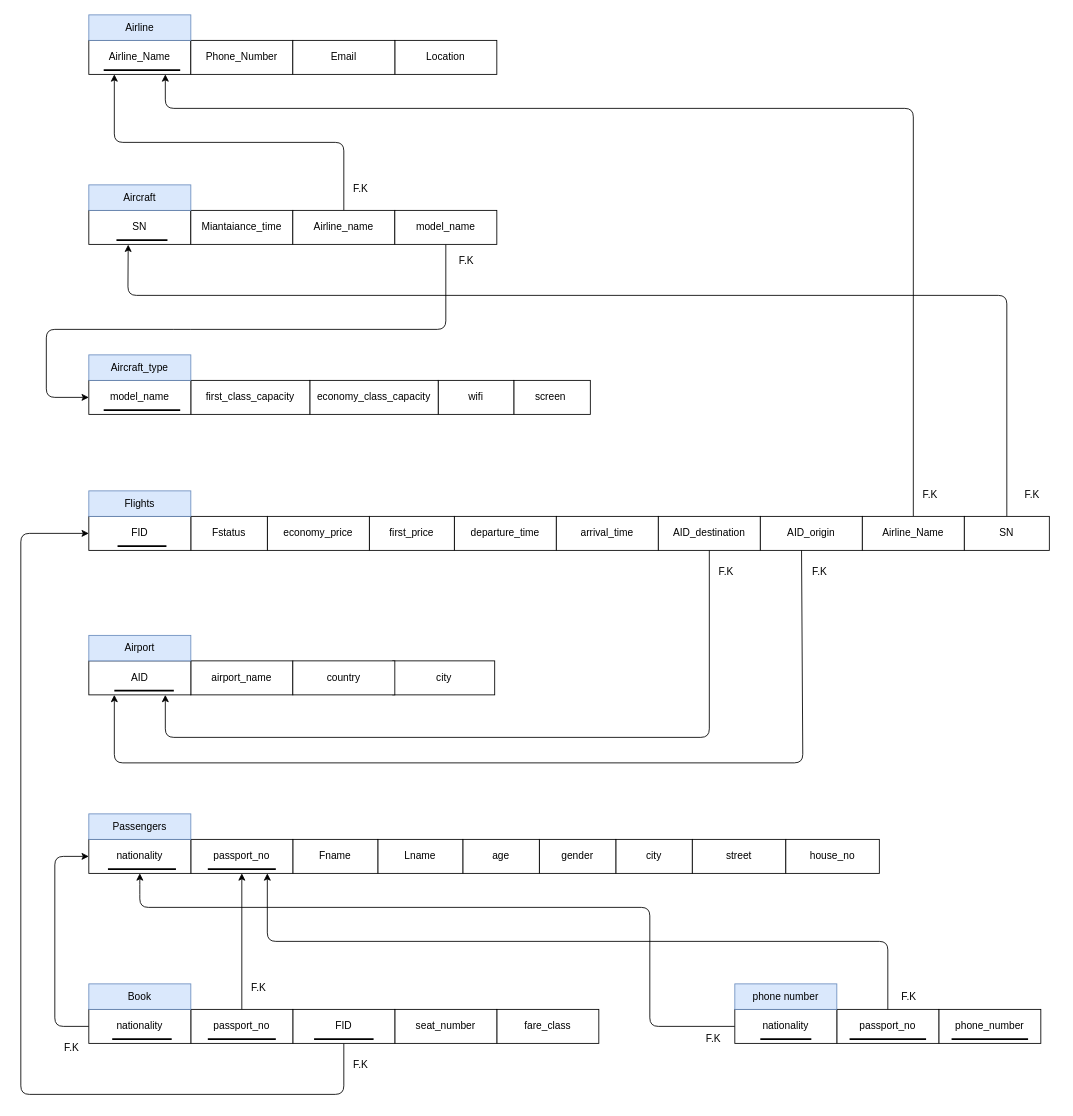
The draw.io diagram page "Relational-shcema" (2 of 10) of Airport-DBMS.drawio in AbdullahKhkmba/Airport-DBMS, before the edit. Source tidied: cells renumbered, new cells numbered last; positions are measured from the earlier drawing's top-left corner, leaving out a move shared by most shapes. Both pictures are drawn from the tidied source at 85%, with x=0, y=0 at pixel (20, 14).
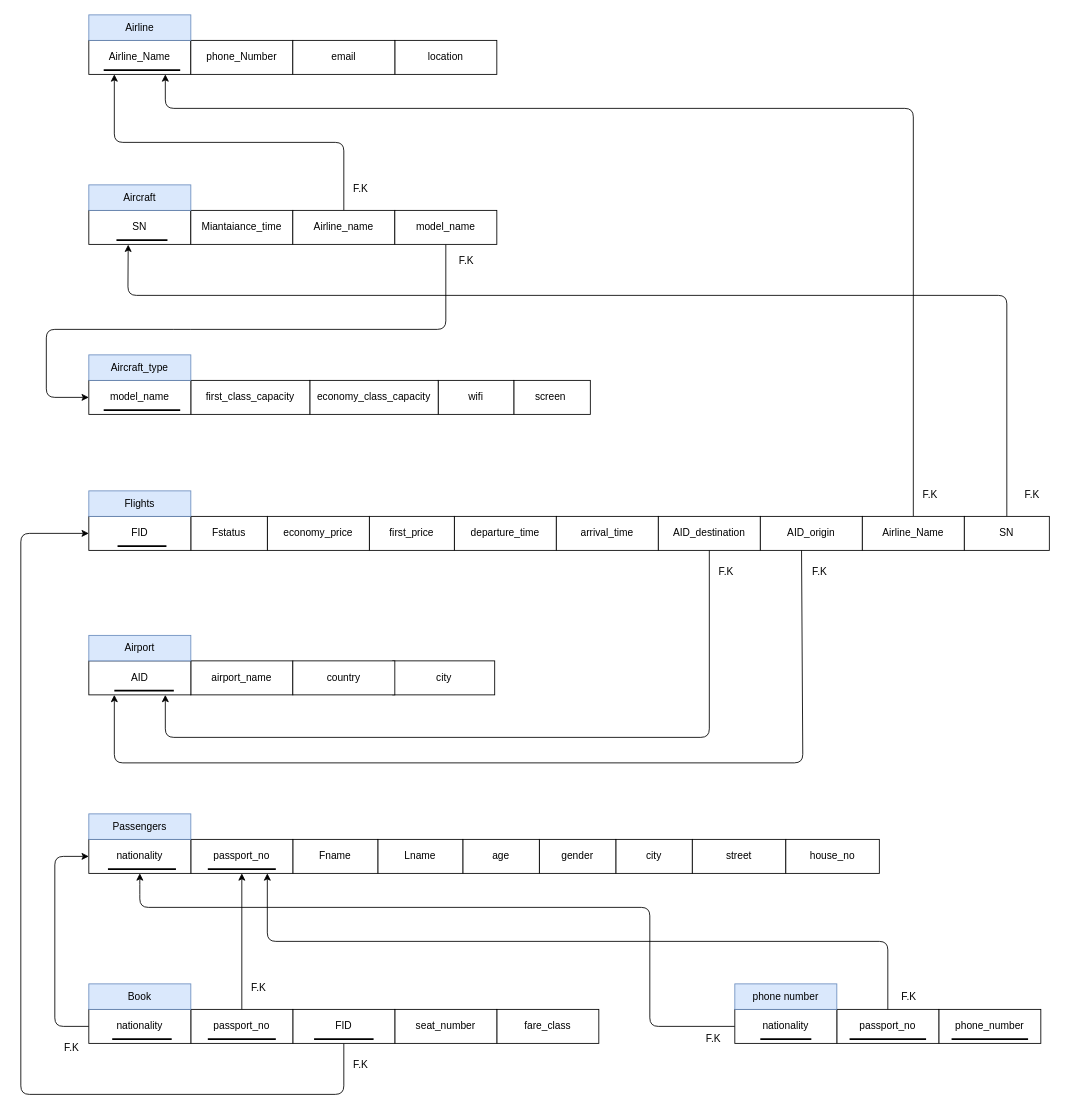
The same page after the edit.

Diff of the diagram source:
```diff
@@
-    <mxCell id="3" value="Phone_Number" style="rounded=0;whiteSpace=wrap;html=1;" parent="1" vertex="1">
+    <mxCell id="3" value="phone_Number" style="rounded=0;whiteSpace=wrap;html=1;" parent="1" vertex="1">
       <mxGeometry x="200" y="30" width="120" height="40" as="geometry" />
     </mxCell>
-    <mxCell id="4" value="Location" style="rounded=0;whiteSpace=wrap;html=1;" parent="1" vertex="1">
+    <mxCell id="4" value="location" style="rounded=0;whiteSpace=wrap;html=1;" parent="1" vertex="1">
       <mxGeometry x="440" y="30" width="120" height="40" as="geometry" />
     </mxCell>
-    <mxCell id="5" value="Email" style="rounded=0;whiteSpace=wrap;html=1;" parent="1" vertex="1">
+    <mxCell id="5" value="email" style="rounded=0;whiteSpace=wrap;html=1;" parent="1" vertex="1">
       <mxGeometry x="320" y="30" width="120" height="40" as="geometry" />
     </mxCell>
```
